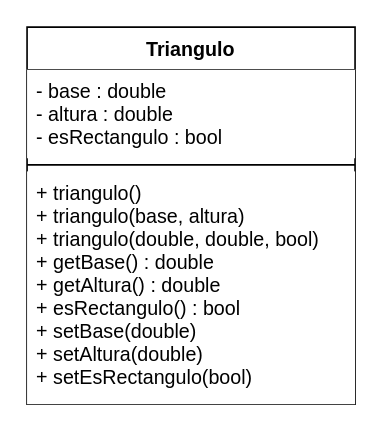
Before: triangulo.drawio in presuel/POO, a draw.io diagram. Source tidied: cells renumbered, new cells numbered last; positions are measured from the earlier drawing's top-left corner, leaving out a move shared by most shapes. Both pictures are drawn from the tidied source at 164%, with x=0, y=0 at pixel (26, 26).
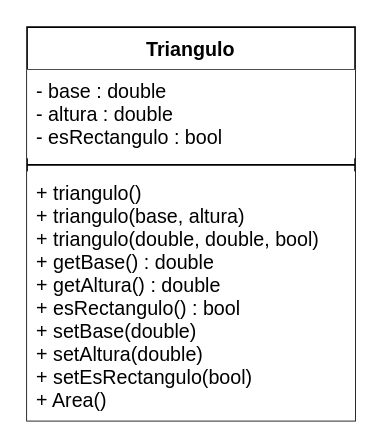
The same diagram, later.

Commit message (it also covers changes not shown here):
Area Triángulo (C++ & Java)

What changed in the source:
```diff
@@
 <mxGraphModel>
   <root>
     <mxCell id="0" />
     <mxCell id="1" parent="0" />
     <mxCell id="2" value="Triangulo" style="swimlane;fontStyle=1;align=center;verticalAlign=top;horizontal=1;startSize=26;" parent="1" vertex="1">
-      <mxGeometry width="200" height="230" as="geometry" />
+      <mxGeometry width="200" height="240" as="geometry" />
     </mxCell>
     <mxCell id="3" value="- base : double&#10;- altura : double&#10;- esRectangulo : bool" style="text;strokeColor=none;fillColor=default;align=left;verticalAlign=top;spacingLeft=4;spacingRight=4;overflow=hidden;" parent="2" vertex="1">
       <mxGeometry y="26" width="200" height="54" as="geometry" />
     </mxCell>
     <mxCell id="4" style="line;strokeWidth=1;fillColor=none;align=left;verticalAlign=middle;spacingTop=-1;spacingLeft=3;spacingRight=3;labelPosition=right;strokeColor=inherit;" parent="2" vertex="1">
       <mxGeometry y="80" width="200" height="8" as="geometry" />
     </mxCell>
-    <mxCell id="5" value="+ triangulo()&#10;+ triangulo(base, altura)&#10;+ triangulo(double, double, bool)&#10;+ getBase() : double&#10;+ getAltura() : double&#10;+ esRectangulo() : bool&#10;+ setBase(double)&#10;+ setAltura(double)&#10;+ setEsRectangulo(bool)" style="text;strokeColor=none;fillColor=default;align=left;verticalAlign=top;spacingLeft=4;spacingRight=4;overflow=hidden;" parent="2" vertex="1">
-      <mxGeometry y="88" width="200" height="142" as="geometry" />
+    <mxCell id="5" value="+ triangulo()&#10;+ triangulo(base, altura)&#10;+ triangulo(double, double, bool)&#10;+ getBase() : double&#10;+ getAltura() : double&#10;+ esRectangulo() : bool&#10;+ setBase(double)&#10;+ setAltura(double)&#10;+ setEsRectangulo(bool)&#10;+ Area()" style="text;strokeColor=none;fillColor=default;align=left;verticalAlign=top;spacingLeft=4;spacingRight=4;overflow=hidden;" parent="2" vertex="1">
+      <mxGeometry y="88" width="200" height="152" as="geometry" />
     </mxCell>
   </root>
 </mxGraphModel>
```
